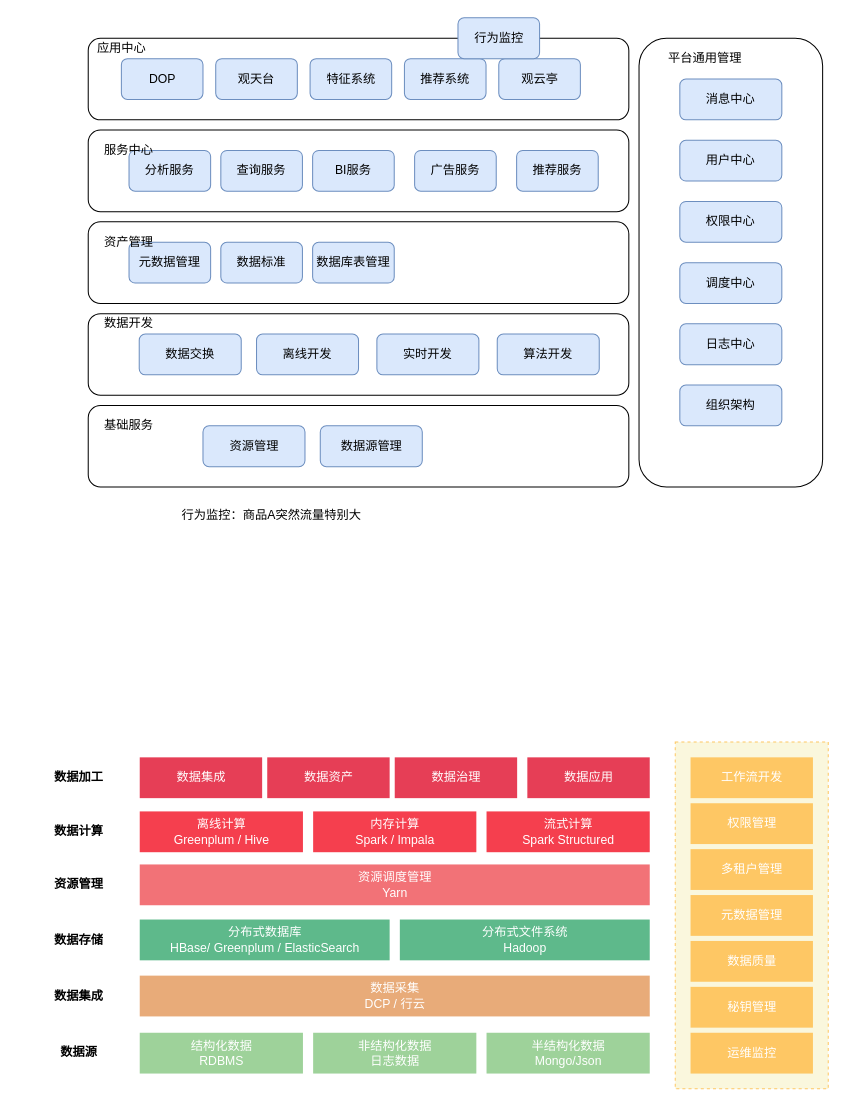
This is page "产品架构" (2 of 6) of big_data/大数据架构.drawio from zoeminghong/full-stack, a draw.io file, before an edit. Source tidied: cells renumbered, new cells numbered last; positions are measured from the earlier drawing's top-left corner, leaving out a move shared by most shapes. Both pictures are drawn from the tidied source at 102%, with x=0, y=0 at pixel (16, 17).
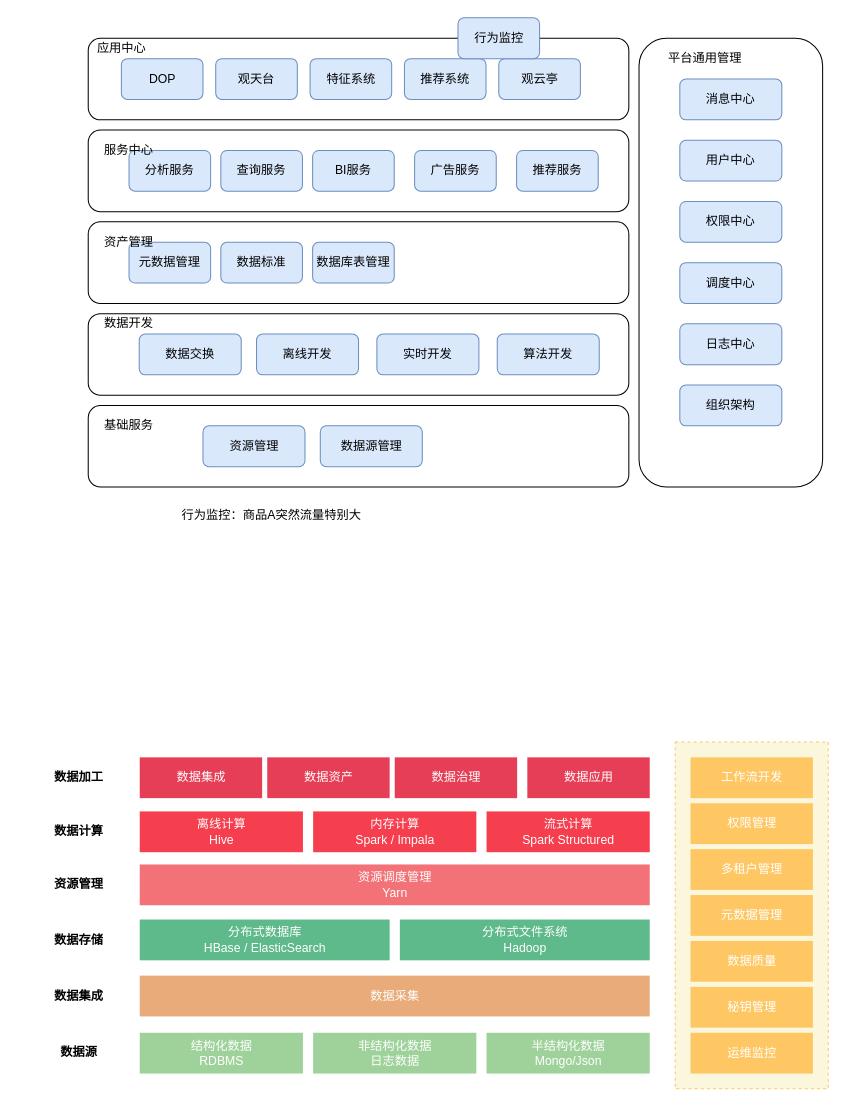
Above is the later version.

Unchanged cells that the change refers to:
```xml
<mxCell id="41" style="group;fillColor=#FFFFFF;" parent="1" vertex="1">
  <mxGeometry x="0.5" y="710" width="795" height="340" as="geometry" />
</mxCell>
```

Change to the diagram source:
```diff
@@
-    <mxCell id="50" value="离线计算&lt;br&gt;Greenplum / Hive" style="rounded=0;whiteSpace=wrap;html=1;fillColor=#f53f4e;fontColor=#FFFFFF;strokeColor=none;" parent="41" vertex="1">
+    <mxCell id="50" value="离线计算&lt;br&gt;Hive" style="rounded=0;whiteSpace=wrap;html=1;fillColor=#f53f4e;fontColor=#FFFFFF;strokeColor=none;" parent="41" vertex="1">
       <mxGeometry x="120" y="68" width="160" height="40" as="geometry" />
     </mxCell>
@@
-    <mxCell id="52" value="分布式数据库&lt;br&gt;HBase/ Greenplum / ElasticSearch" style="rounded=0;whiteSpace=wrap;html=1;fillColor=#5eb98b;fontColor=#FFFFFF;strokeColor=none;" parent="41" vertex="1">
+    <mxCell id="52" value="分布式数据库&lt;br&gt;HBase / ElasticSearch" style="rounded=0;whiteSpace=wrap;html=1;fillColor=#5eb98b;fontColor=#FFFFFF;strokeColor=none;" parent="41" vertex="1">
       <mxGeometry x="120" y="174" width="245" height="40" as="geometry" />
     </mxCell>
-    <mxCell id="53" value="数据采集&lt;br&gt;DCP / 行云" style="rounded=0;whiteSpace=wrap;html=1;fillColor=#e8ab79;fontColor=#FFFFFF;strokeColor=none;" parent="41" vertex="1">
+    <mxCell id="53" value="数据采集" style="rounded=0;whiteSpace=wrap;html=1;fillColor=#e8ab79;fontColor=#FFFFFF;strokeColor=none;" parent="41" vertex="1">
       <mxGeometry x="120" y="229" width="500" height="40" as="geometry" />
     </mxCell>
```
